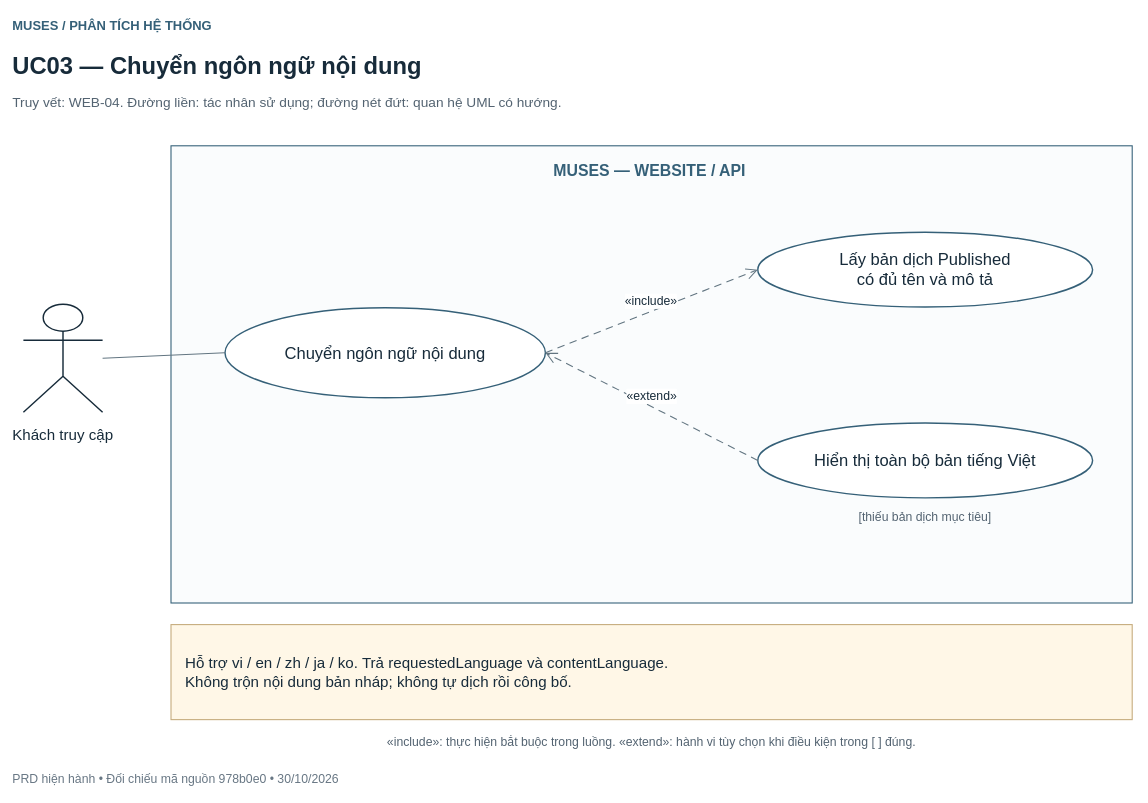
Earlier version of the draw.io diagram page "UC03 — Chuyển ngôn ngữ nội dung" (3 of 22) of docs/prd/diagrams/source/Muses_UseCase_ChiTiet.drawio (baybbut/CNPM_GROUP6). Source tidied: cells renumbered, new cells numbered last; positions are measured from the earlier drawing's top-left corner, leaving out a move shared by most shapes. Both pictures are drawn from the tidied source at 72%, with x=0, y=0 at pixel (12, 12).
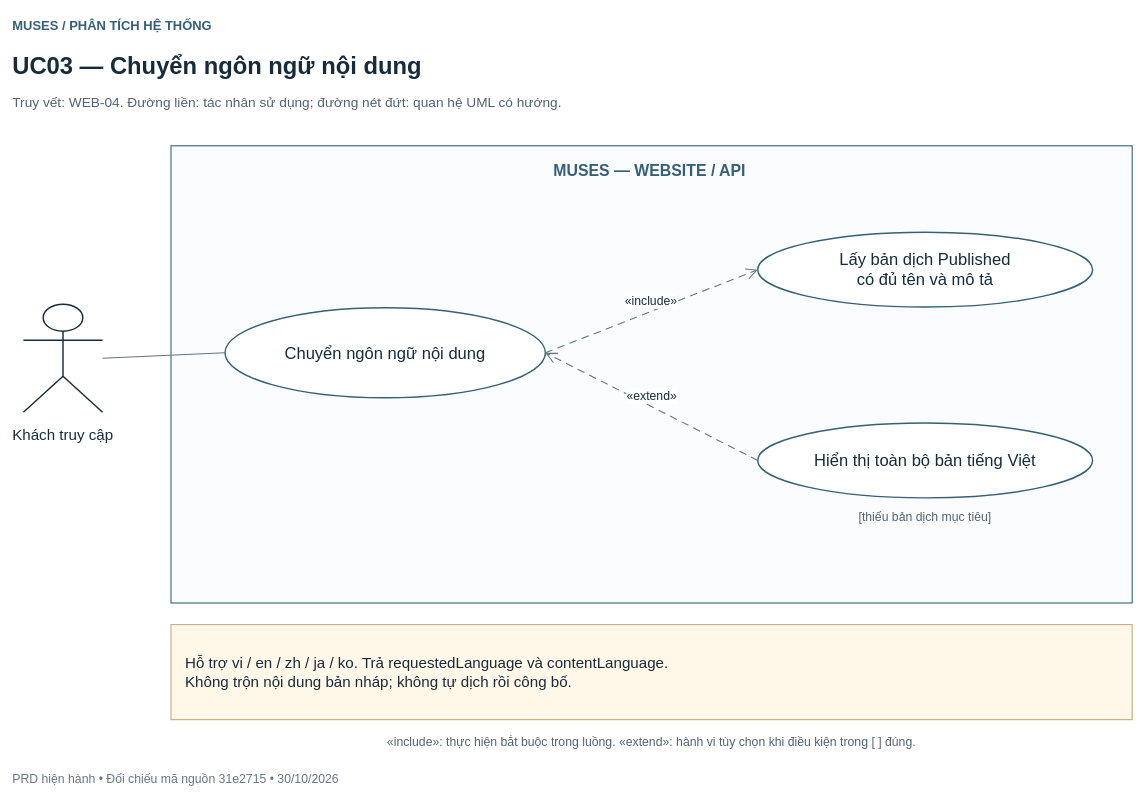
Above is the later version.

The edit, as a diff of the source:
```diff
@@
 <mxGraphModel>
   <root>
     <mxCell id="0" />
     <mxCell id="1" parent="0" />
     <mxCell id="2" value="MUSES  /  PHÂN TÍCH HỆ THỐNG" style="fontFamily=Arial;html=0;convertToSvg=1;svgWhiteSpace=wrap;fontColor=#172B3A;text;strokeColor=none;fillColor=none;align=left;verticalAlign=middle;whiteSpace=wrap;overflow=hidden;fontSize=18;fontColor=#356078;fontStyle=1;spacing=0;" parent="1" vertex="1">
       <mxGeometry width="1560" height="35" as="geometry" />
     </mxCell>
     <mxCell id="3" value="UC03 — Chuyển ngôn ngữ nội dung" style="fontFamily=Arial;html=0;convertToSvg=1;svgWhiteSpace=wrap;fontColor=#172B3A;text;strokeColor=none;fillColor=none;align=left;verticalAlign=middle;whiteSpace=wrap;overflow=hidden;fontSize=33;fontColor=#172B3A;fontStyle=1;spacing=0;" parent="1" vertex="1">
       <mxGeometry y="44" width="1560" height="60" as="geometry" />
     </mxCell>
     <mxCell id="4" value="Truy vết: WEB-04. Đường liền: tác nhân sử dụng; đường nét đứt: quan hệ UML có hướng." style="fontFamily=Arial;html=0;convertToSvg=1;svgWhiteSpace=wrap;fontColor=#172B3A;text;strokeColor=none;fillColor=none;align=left;verticalAlign=middle;whiteSpace=wrap;overflow=hidden;fontSize=19;fontColor=#536371;fontStyle=0;spacing=0;" parent="1" vertex="1">
       <mxGeometry y="108" width="1560" height="36" as="geometry" />
     </mxCell>
-    <mxCell id="5" value="PRD hiện hành • Đối chiếu mã nguồn 978b0e0 • 30/10/2026" style="fontFamily=Arial;html=0;convertToSvg=1;svgWhiteSpace=wrap;fontColor=#172B3A;text;strokeColor=none;fillColor=none;align=left;verticalAlign=middle;whiteSpace=wrap;overflow=hidden;fontSize=17;fontColor=#687784;fontStyle=0;spacing=0;" parent="1" vertex="1">
+    <mxCell id="5" value="PRD hiện hành • Đối chiếu mã nguồn 31e2715 • 30/10/2026" style="fontFamily=Arial;html=0;convertToSvg=1;svgWhiteSpace=wrap;fontColor=#172B3A;text;strokeColor=none;fillColor=none;align=left;verticalAlign=middle;whiteSpace=wrap;overflow=hidden;fontSize=17;fontColor=#687784;fontStyle=0;spacing=0;" parent="1" vertex="1">
       <mxGeometry y="1049" width="1560" height="32" as="geometry" />
     </mxCell>
     <mxCell id="6" style="fontFamily=Arial;html=0;convertToSvg=1;svgWhiteSpace=wrap;fontColor=#172B3A;rounded=0;whiteSpace=wrap;fillColor=#FAFCFD;strokeColor=#356078;strokeWidth=1.5;fontSize=22;spacing=16;" parent="1" vertex="1">
       <mxGeometry x="220" y="185" width="1335" height="635" as="geometry" />
     </mxCell>
     <mxCell id="7" value="MUSES — WEBSITE / API" style="fontFamily=Arial;html=0;convertToSvg=1;svgWhiteSpace=wrap;fontColor=#172B3A;text;strokeColor=none;fillColor=none;align=center;verticalAlign=middle;whiteSpace=wrap;overflow=hidden;fontSize=22;fontColor=#356078;fontStyle=1;spacing=0;" parent="1" vertex="1">
       <mxGeometry x="250" y="200" width="1270" height="42" as="geometry" />
     </mxCell>
     <mxCell id="8" value="Khách truy cập" style="fontFamily=Arial;html=0;convertToSvg=1;svgWhiteSpace=wrap;fontColor=#172B3A;shape=umlActor;verticalLabelPosition=bottom;verticalAlign=top;align=center;fillColor=#FFFFFF;strokeColor=#172B3A;strokeWidth=2;fontSize=21;spacingTop=12;" parent="1" vertex="1">
       <mxGeometry x="15" y="405" width="110" height="150" as="geometry" />
     </mxCell>
     <mxCell id="9" value="Chuyển ngôn ngữ nội dung" style="fontFamily=Arial;html=0;convertToSvg=1;svgWhiteSpace=wrap;fontColor=#172B3A;ellipse;whiteSpace=wrap;align=center;verticalAlign=middle;fillColor=#FFFFFF;strokeColor=#356078;strokeWidth=2;fontSize=23;spacing=15;" parent="1" vertex="1">
       <mxGeometry x="295" y="410" width="445" height="125" as="geometry" />
     </mxCell>
     <mxCell id="10" style="edgeStyle=orthogonalEdgeStyle;rounded=0;jettySize=30;html=0;convertToSvg=1;fontFamily=Arial;fontSize=19;fontColor=#172B3A;strokeColor=#627581;strokeWidth=1.5;endArrow=none;labelBackgroundColor=#FFFFFF;edgeStyle=none;exitX=1;exitY=0.5;entryX=0;entryY=0.5;" parent="1" edge="1" source="8" target="9">
       <mxGeometry relative="1" as="geometry" />
     </mxCell>
     <mxCell id="11" value="Lấy bản dịch Published&#10;có đủ tên và mô tả" style="fontFamily=Arial;html=0;convertToSvg=1;svgWhiteSpace=wrap;fontColor=#172B3A;ellipse;whiteSpace=wrap;align=center;verticalAlign=middle;fillColor=#FFFFFF;strokeColor=#356078;strokeWidth=2;fontSize=23;spacing=15;" parent="1" vertex="1">
       <mxGeometry x="1035" y="305" width="465" height="104" as="geometry" />
     </mxCell>
     <mxCell id="12" value="«include»" style="edgeStyle=orthogonalEdgeStyle;rounded=0;jettySize=30;html=0;convertToSvg=1;fontFamily=Arial;fontSize=19;fontColor=#172B3A;strokeColor=#627581;strokeWidth=1.5;endArrow=none;labelBackgroundColor=#FFFFFF;edgeStyle=none;dashed=1;dashPattern=7 5;endArrow=open;endFill=0;endSize=13;exitX=1;exitY=0.5;entryX=0;entryY=0.5;fontSize=17;labelWidth=260;whiteSpace=wrap;" parent="1" edge="1" source="9" target="11">
       <mxGeometry relative="1" as="geometry">
         <mxPoint y="-14" as="offset" />
       </mxGeometry>
     </mxCell>
     <mxCell id="13" value="Hiển thị toàn bộ bản tiếng Việt" style="fontFamily=Arial;html=0;convertToSvg=1;svgWhiteSpace=wrap;fontColor=#172B3A;ellipse;whiteSpace=wrap;align=center;verticalAlign=middle;fillColor=#FFFFFF;strokeColor=#356078;strokeWidth=2;fontSize=23;spacing=15;" parent="1" vertex="1">
       <mxGeometry x="1035" y="570" width="465" height="104" as="geometry" />
     </mxCell>
     <mxCell id="14" value="«extend»" style="edgeStyle=orthogonalEdgeStyle;rounded=0;jettySize=30;html=0;convertToSvg=1;fontFamily=Arial;fontSize=19;fontColor=#172B3A;strokeColor=#627581;strokeWidth=1.5;endArrow=none;labelBackgroundColor=#FFFFFF;edgeStyle=none;dashed=1;dashPattern=7 5;endArrow=open;endFill=0;endSize=13;exitX=0;exitY=0.5;entryX=1;entryY=0.5;fontSize=17;labelWidth=260;whiteSpace=wrap;" parent="1" edge="1" source="13" target="9">
       <mxGeometry relative="1" as="geometry">
         <mxPoint y="-14" as="offset" />
       </mxGeometry>
     </mxCell>
     <mxCell id="15" value="[thiếu bản dịch mục tiêu]" style="fontFamily=Arial;html=0;convertToSvg=1;svgWhiteSpace=wrap;fontColor=#172B3A;text;strokeColor=none;fillColor=none;align=center;verticalAlign=middle;whiteSpace=wrap;overflow=hidden;fontSize=17;fontColor=#536371;fontStyle=0;spacing=0;" parent="1" vertex="1">
       <mxGeometry x="1035" y="681" width="465" height="40" as="geometry" />
     </mxCell>
     <mxCell id="16" value="Hỗ trợ vi / en / zh / ja / ko. Trả requestedLanguage và contentLanguage.&#10;Không trộn nội dung bản nháp; không tự dịch rồi công bố." style="fontFamily=Arial;html=0;convertToSvg=1;svgWhiteSpace=wrap;fontColor=#172B3A;rounded=0;whiteSpace=wrap;fillColor=#FFF7E7;strokeColor=#C5AB7C;strokeWidth=1.5;fontSize=21;spacing=16;align=left;verticalAlign=middle;spacing=20;" parent="1" vertex="1">
       <mxGeometry x="220" y="850" width="1335" height="132" as="geometry" />
     </mxCell>
     <mxCell id="17" value="«include»: thực hiện bắt buộc trong luồng. «extend»: hành vi tùy chọn khi điều kiện trong [ ] đúng." style="fontFamily=Arial;html=0;convertToSvg=1;svgWhiteSpace=wrap;fontColor=#172B3A;text;strokeColor=none;fillColor=none;align=center;verticalAlign=middle;whiteSpace=wrap;overflow=hidden;fontSize=17;fontColor=#536371;fontStyle=0;spacing=0;" parent="1" vertex="1">
       <mxGeometry x="220" y="997" width="1335" height="34" as="geometry" />
     </mxCell>
   </root>
 </mxGraphModel>
```
